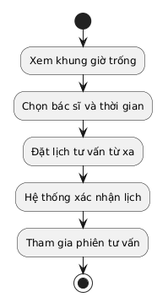
Earlier version of the PlantUML export out/docs/diagrams/Bieudohoatdong/uc07_telehealth_bieudohoatdong/uc07_telehealth_bieudohoatdong.png (phuongtech24/do_an).
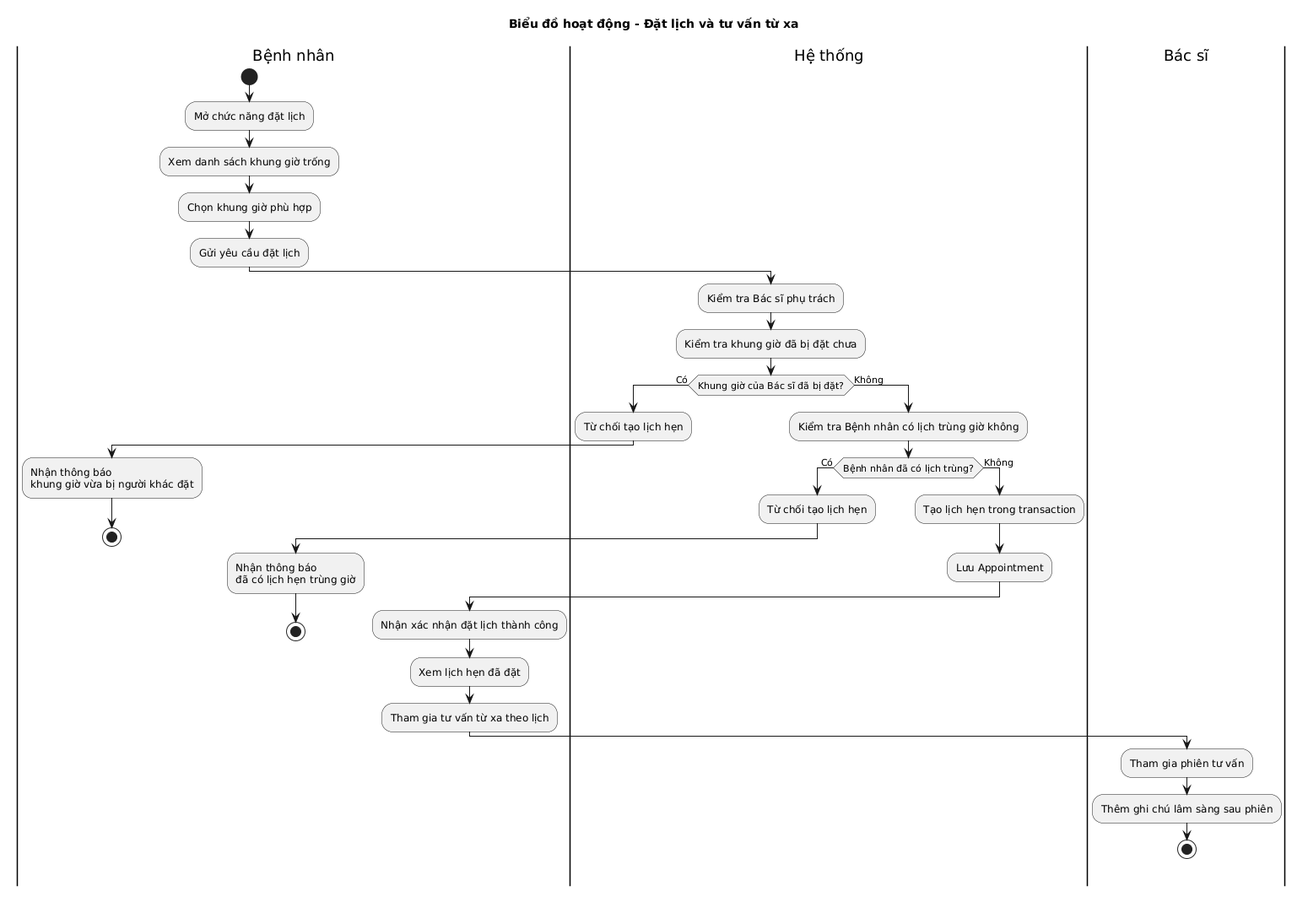
Later version of the same file.

What changed in the source:
```diff
@@ -1,10 +1,42 @@
 @startuml
 skinparam defaultFontName "Times New Roman"
+title Biểu đồ hoạt động - Đặt lịch và tư vấn từ xa
+
+|Bệnh nhân|
 start
-:Xem khung giờ trống;
-:Chọn bác sĩ và thời gian;
-:Đặt lịch tư vấn từ xa;
-:Hệ thống xác nhận lịch;
-:Tham gia phiên tư vấn;
-stop
+:Mở chức năng đặt lịch;
+:Xem danh sách khung giờ trống;
+:Chọn khung giờ phù hợp;
+:Gửi yêu cầu đặt lịch;
+
+|Hệ thống|
+:Kiểm tra Bác sĩ phụ trách;
+:Kiểm tra khung giờ đã bị đặt chưa;
+if (Khung giờ của Bác sĩ đã bị đặt?) then (Có)
+  :Từ chối tạo lịch hẹn;
+  |Bệnh nhân|
+  :Nhận thông báo\nkhung giờ vừa bị người khác đặt;
+  stop
+else (Không)
+  |Hệ thống|
+  :Kiểm tra Bệnh nhân có lịch trùng giờ không;
+  if (Bệnh nhân đã có lịch trùng?) then (Có)
+    :Từ chối tạo lịch hẹn;
+    |Bệnh nhân|
+    :Nhận thông báo\nđã có lịch hẹn trùng giờ;
+    stop
+  else (Không)
+    |Hệ thống|
+    :Tạo lịch hẹn trong transaction;
+    :Lưu Appointment;
+    |Bệnh nhân|
+    :Nhận xác nhận đặt lịch thành công;
+    :Xem lịch hẹn đã đặt;
+    :Tham gia tư vấn từ xa theo lịch;
+    |Bác sĩ|
+    :Tham gia phiên tư vấn;
+    :Thêm ghi chú lâm sàng sau phiên;
+    stop
+  endif
+endif
 @enduml
```
